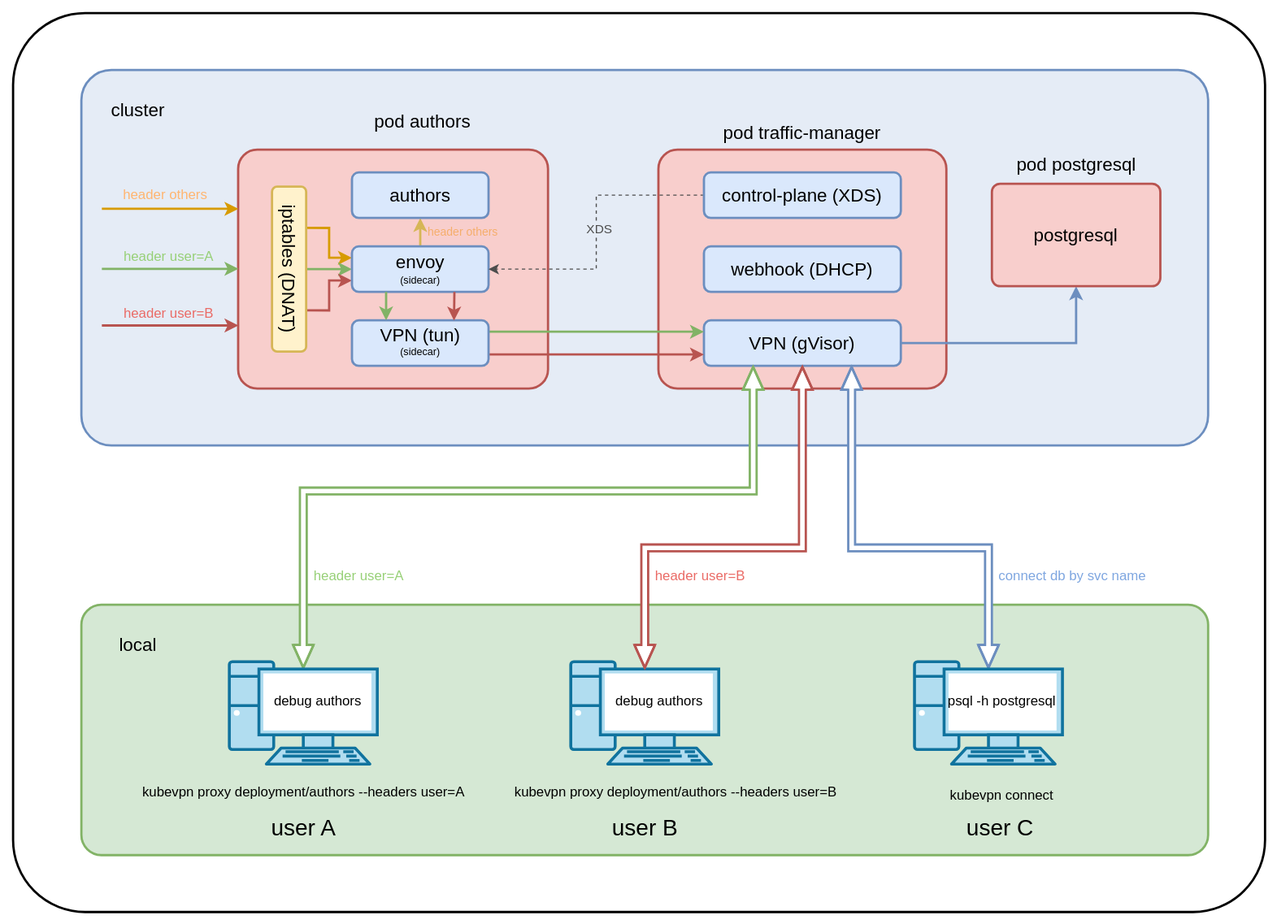
Earlier version of the draw.io export docs/en/images/kubevpn-proxy-tun-arch.svg (kubenetworks/kubevpn). Source tidied: cells renumbered, new cells last; positions are measured from the earlier drawing's top-left corner, leaving out a move shared by most shapes.
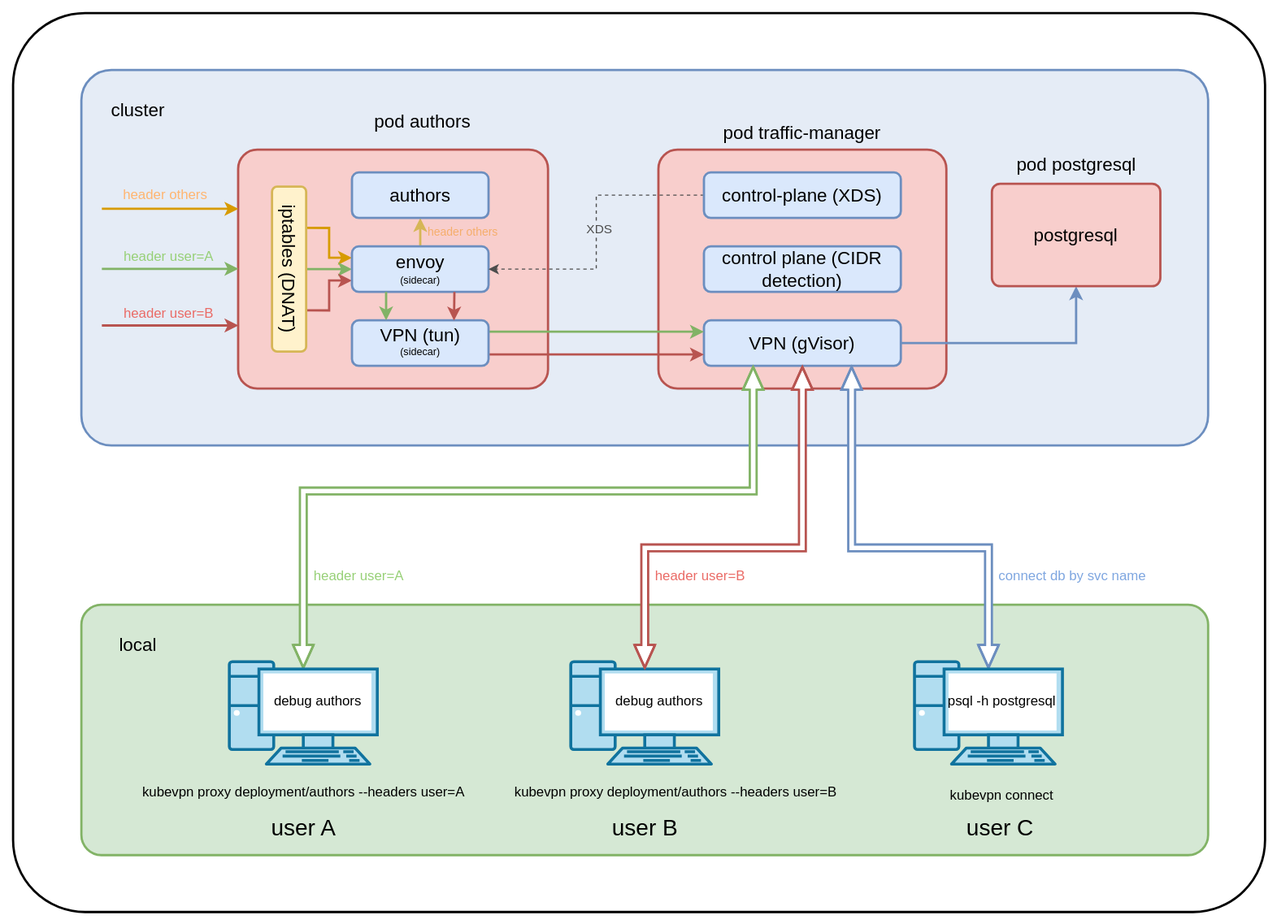
After the commit.

What changed in the source:
```diff
@@ -54,7 +54,7 @@
     <mxCell id="17" value="&lt;font style=&quot;font-size: 16px;&quot;&gt;VPN (gVisor)&lt;/font&gt;" style="rounded=1;whiteSpace=wrap;html=1;rotation=0;fillColor=#dae8fc;strokeColor=#6c8ebf;strokeWidth=2;" parent="1" vertex="1">
       <mxGeometry x="607" y="270" width="173" height="40" as="geometry" />
     </mxCell>
-    <mxCell id="18" value="&lt;span style=&quot;font-size: 16px;&quot;&gt;webhook (DHCP&lt;/span&gt;&lt;span style=&quot;color: light-dark(rgb(0, 0, 0), rgb(255, 255, 255)); background-color: transparent; font-size: 16px;&quot;&gt;)&lt;/span&gt;" style="rounded=1;whiteSpace=wrap;html=1;fillColor=#dae8fc;strokeColor=#6c8ebf;strokeWidth=2;" parent="1" vertex="1">
+    <mxCell id="18" value="&lt;span style=&quot;font-size: 16px;&quot;&gt;control plane (CIDR detection&lt;/span&gt;&lt;span style=&quot;color: light-dark(rgb(0, 0, 0), rgb(255, 255, 255)); background-color: transparent; font-size: 16px;&quot;&gt;)&lt;/span&gt;" style="rounded=1;whiteSpace=wrap;html=1;fillColor=#dae8fc;strokeColor=#6c8ebf;strokeWidth=2;" parent="1" vertex="1">
       <mxGeometry x="607" y="205" width="173" height="40" as="geometry" />
     </mxCell>
     <mxCell id="19" style="edgeStyle=orthogonalEdgeStyle;rounded=0;jettySize=auto;html=1;exitX=1;exitY=0.25;exitDx=0;exitDy=0;exitPerimeter=0;entryX=0;entryY=0.25;entryDx=0;entryDy=0;fillColor=#d5e8d4;strokeColor=#82b366;strokeWidth=2;" parent="1" edge="1" source="21" target="17">
```
